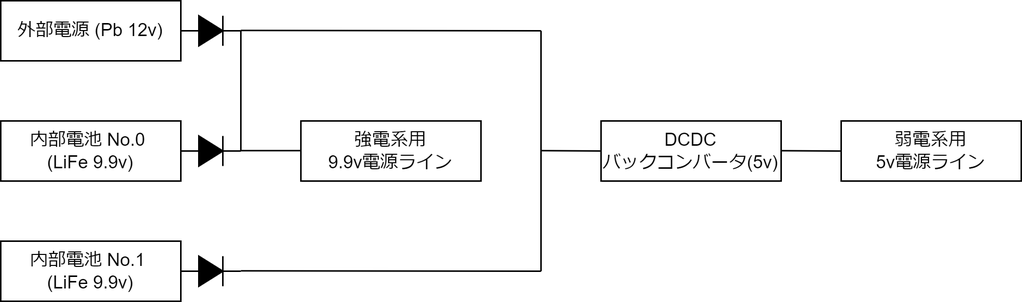
Before: documents/figures/powerSupplyChart.drawio.png, a diagram exported from draw.io (CREATE-ROCKET/Avi_71L_valveSystem). Source tidied: cells renumbered, new cells last; positions are measured from the earlier drawing's top-left corner, leaving out a move shared by most shapes. Its diagram source:
```xml
<mxGraphModel>
  <root>
    <mxCell id="0" />
    <mxCell id="1" parent="0" />
    <mxCell id="2" value="外部電源 (Pb 12v)" style="rounded=0;whiteSpace=wrap;html=1;" parent="1" vertex="1">
      <mxGeometry width="120" height="40" as="geometry" />
    </mxCell>
    <mxCell id="3" value="内部電池 No.0 &lt;br&gt;(LiFe 9.9v)" style="rounded=0;whiteSpace=wrap;html=1;" parent="1" vertex="1">
      <mxGeometry y="80" width="120" height="40" as="geometry" />
    </mxCell>
    <mxCell id="4" value="内部電池 No.1 &lt;br&gt;(LiFe 9.9v)" style="rounded=0;whiteSpace=wrap;html=1;" parent="1" vertex="1">
      <mxGeometry y="160" width="120" height="40" as="geometry" />
    </mxCell>
    <mxCell id="5" style="fillColor=strokeColor;verticalLabelPosition=bottom;shadow=0;dashed=0;align=center;html=1;verticalAlign=top;shape=mxgraph.electrical.diodes.diode;" parent="1" vertex="1">
      <mxGeometry x="120" y="10" width="40" height="20" as="geometry" />
    </mxCell>
    <mxCell id="6" style="fillColor=strokeColor;verticalLabelPosition=bottom;shadow=0;dashed=0;align=center;html=1;verticalAlign=top;shape=mxgraph.electrical.diodes.diode;" parent="1" vertex="1">
      <mxGeometry x="120" y="90" width="40" height="20" as="geometry" />
    </mxCell>
    <mxCell id="7" style="fillColor=strokeColor;verticalLabelPosition=bottom;shadow=0;dashed=0;align=center;html=1;verticalAlign=top;shape=mxgraph.electrical.diodes.diode;" parent="1" vertex="1">
      <mxGeometry x="120" y="170" width="40" height="20" as="geometry" />
    </mxCell>
    <mxCell id="8" style="endArrow=none;html=1;" parent="1" edge="1">
      <mxGeometry relative="1" as="geometry">
        <mxPoint x="160" y="19.8" as="sourcePoint" />
        <mxPoint x="360" y="20" as="targetPoint" />
      </mxGeometry>
    </mxCell>
    <mxCell id="9" style="endArrow=none;html=1;" parent="1" edge="1">
      <mxGeometry relative="1" as="geometry">
        <mxPoint x="160" y="179.8" as="sourcePoint" />
        <mxPoint x="360" y="180" as="targetPoint" />
      </mxGeometry>
    </mxCell>
    <mxCell id="10" style="endArrow=none;html=1;" parent="1" edge="1">
      <mxGeometry relative="1" as="geometry">
        <mxPoint x="160" y="20" as="sourcePoint" />
        <mxPoint x="160" y="100" as="targetPoint" />
      </mxGeometry>
    </mxCell>
    <mxCell id="11" style="endArrow=none;html=1;" parent="1" edge="1">
      <mxGeometry relative="1" as="geometry">
        <mxPoint x="160" y="99.8" as="sourcePoint" />
        <mxPoint x="200" y="99.8" as="targetPoint" />
      </mxGeometry>
    </mxCell>
    <mxCell id="12" value="強電系用&lt;br&gt;9.9v電源ライン" style="rounded=0;whiteSpace=wrap;html=1;" parent="1" vertex="1">
      <mxGeometry x="200" y="80" width="120" height="40" as="geometry" />
    </mxCell>
    <mxCell id="13" style="endArrow=none;html=1;" parent="1" edge="1">
      <mxGeometry relative="1" as="geometry">
        <mxPoint x="360" y="180" as="sourcePoint" />
        <mxPoint x="360" y="20" as="targetPoint" />
      </mxGeometry>
    </mxCell>
    <mxCell id="14" style="endArrow=none;html=1;" parent="1" edge="1">
      <mxGeometry relative="1" as="geometry">
        <mxPoint x="360" y="99.8" as="sourcePoint" />
        <mxPoint x="400" y="100" as="targetPoint" />
      </mxGeometry>
    </mxCell>
    <mxCell id="15" value="DCDC&lt;br&gt;バックコンバータ(5v)" style="rounded=0;whiteSpace=wrap;html=1;" parent="1" vertex="1">
      <mxGeometry x="400" y="80" width="120" height="40" as="geometry" />
    </mxCell>
    <mxCell id="16" style="endArrow=none;html=1;" parent="1" edge="1">
      <mxGeometry relative="1" as="geometry">
        <mxPoint x="520" y="99.8" as="sourcePoint" />
        <mxPoint x="560" y="100" as="targetPoint" />
      </mxGeometry>
    </mxCell>
    <mxCell id="17" value="弱電系用&lt;br&gt;5v電源ライン" style="rounded=0;whiteSpace=wrap;html=1;" parent="1" vertex="1">
      <mxGeometry x="560" y="80" width="120" height="40" as="geometry" />
    </mxCell>
  </root>
</mxGraphModel>
```
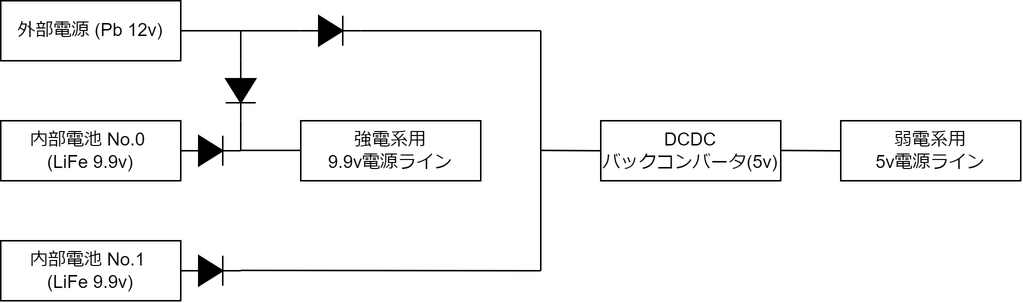
Later version of the same file.

Diff of the diagram source:
```diff
@@ -11,18 +11,14 @@
     <mxCell id="4" value="内部電池 No.1 &lt;br&gt;(LiFe 9.9v)" style="rounded=0;whiteSpace=wrap;html=1;" parent="1" vertex="1">
       <mxGeometry y="160" width="120" height="40" as="geometry" />
     </mxCell>
-    <mxCell id="5" style="fillColor=strokeColor;verticalLabelPosition=bottom;shadow=0;dashed=0;align=center;html=1;verticalAlign=top;shape=mxgraph.electrical.diodes.diode;" parent="1" vertex="1">
-      <mxGeometry x="120" y="10" width="40" height="20" as="geometry" />
-    </mxCell>
     <mxCell id="6" style="fillColor=strokeColor;verticalLabelPosition=bottom;shadow=0;dashed=0;align=center;html=1;verticalAlign=top;shape=mxgraph.electrical.diodes.diode;" parent="1" vertex="1">
       <mxGeometry x="120" y="90" width="40" height="20" as="geometry" />
     </mxCell>
     <mxCell id="7" style="fillColor=strokeColor;verticalLabelPosition=bottom;shadow=0;dashed=0;align=center;html=1;verticalAlign=top;shape=mxgraph.electrical.diodes.diode;" parent="1" vertex="1">
       <mxGeometry x="120" y="170" width="40" height="20" as="geometry" />
     </mxCell>
-    <mxCell id="8" style="endArrow=none;html=1;" parent="1" edge="1">
+    <mxCell id="8" style="endArrow=none;html=1;exitX=1;exitY=0.5;exitDx=0;exitDy=0;startArrow=none;" parent="1" edge="1" source="5">
       <mxGeometry relative="1" as="geometry">
-        <mxPoint x="160" y="19.8" as="sourcePoint" />
         <mxPoint x="360" y="20" as="targetPoint" />
       </mxGeometry>
     </mxCell>
@@ -32,9 +28,8 @@
         <mxPoint x="360" y="180" as="targetPoint" />
       </mxGeometry>
     </mxCell>
-    <mxCell id="10" style="endArrow=none;html=1;" parent="1" edge="1">
+    <mxCell id="10" style="endArrow=none;html=1;startArrow=none;" parent="1" edge="1" source="20">
       <mxGeometry relative="1" as="geometry">
-        <mxPoint x="160" y="20" as="sourcePoint" />
         <mxPoint x="160" y="100" as="targetPoint" />
       </mxGeometry>
     </mxCell>
@@ -71,5 +66,19 @@
     <mxCell id="17" value="弱電系用&lt;br&gt;5v電源ライン" style="rounded=0;whiteSpace=wrap;html=1;" parent="1" vertex="1">
       <mxGeometry x="560" y="80" width="120" height="40" as="geometry" />
     </mxCell>
+    <mxCell id="18" style="endArrow=none;html=1;exitX=1;exitY=0.5;exitDx=0;exitDy=0;" parent="1" edge="1" source="2" target="5">
+      <mxGeometry relative="1" as="geometry" />
+    </mxCell>
+    <mxCell id="5" style="fillColor=strokeColor;verticalLabelPosition=bottom;shadow=0;dashed=0;align=center;html=1;verticalAlign=top;shape=mxgraph.electrical.diodes.diode;" parent="1" vertex="1">
+      <mxGeometry x="200" y="10" width="40" height="20" as="geometry" />
+    </mxCell>
+    <mxCell id="19" style="endArrow=none;html=1;" parent="1" edge="1" target="20">
+      <mxGeometry relative="1" as="geometry">
+        <mxPoint x="160" y="20" as="sourcePoint" />
+      </mxGeometry>
+    </mxCell>
+    <mxCell id="20" style="fillColor=strokeColor;verticalLabelPosition=bottom;shadow=0;dashed=0;align=center;html=1;verticalAlign=top;shape=mxgraph.electrical.diodes.diode;rotation=90;" parent="1" vertex="1">
+      <mxGeometry x="140" y="50" width="40" height="20" as="geometry" />
+    </mxCell>
   </root>
 </mxGraphModel>
```
